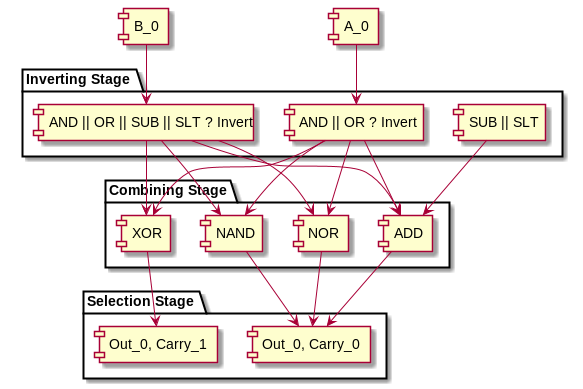
The PlantUML diagram uml/concept.png in concavegit/ALU, before a commit.
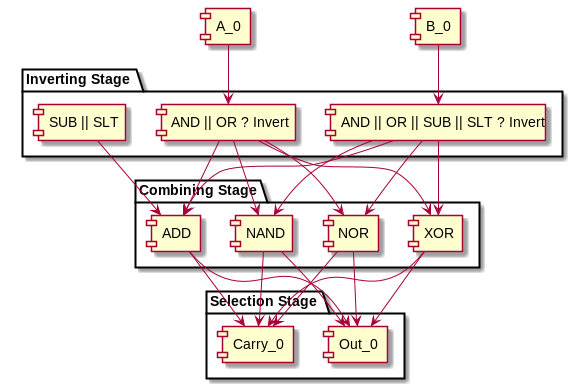
Later version of the same file.

What changed in the source:
```diff
@@ -24,10 +24,14 @@
 }
 
 package "Selection Stage" {
-        [ADD] --> [Out_0, Carry_0]
-        [NOR] --> [Out_0, Carry_0]
-        [NAND] --> [Out_0, Carry_0]
-        [XOR] --> [Out_0, Carry_1]
+        [ADD] --> [Out_0]
+        [ADD] --> [Carry_0]
+        [NOR] --> [Out_0]
+        [NOR] --> [Carry_0]
+        [NAND] --> [Out_0]
+        [NAND] --> [Carry_0]
+        [XOR] --> [Out_0]
+        [XOR] --> [Carry_0]
 }
 
 @enduml
```
